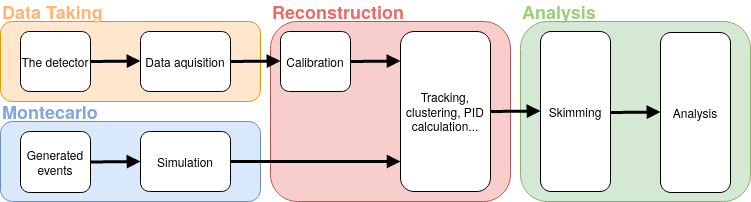
The draw.io diagram online_book/fundamentals/grand_scheme_of_hep.png in belle2/basf2, before a commit. Source tidied: cells renumbered, new cells last; positions are measured from the earlier drawing's top-left corner, leaving out a move shared by most shapes. Its diagram source:
```xml
<mxGraphModel>
  <root>
    <mxCell id="0" />
    <mxCell id="1" parent="0" />
    <mxCell id="2" style="rounded=1;whiteSpace=wrap;html=1;fillColor=#d5e8d4;strokeColor=#82b366;" parent="1" vertex="1">
      <mxGeometry x="520" y="20" width="230" height="180" as="geometry" />
    </mxCell>
    <mxCell id="3" style="rounded=1;whiteSpace=wrap;html=1;fillColor=#f8cecc;strokeColor=#b85450;" parent="1" vertex="1">
      <mxGeometry x="270" y="20" width="240" height="180" as="geometry" />
    </mxCell>
    <mxCell id="4" style="rounded=1;whiteSpace=wrap;html=1;fillColor=#dae8fc;strokeColor=#6c8ebf;" parent="1" vertex="1">
      <mxGeometry y="120" width="260" height="80" as="geometry" />
    </mxCell>
    <mxCell id="5" style="rounded=1;whiteSpace=wrap;html=1;fillColor=#ffe6cc;strokeColor=#d79b00;" parent="1" vertex="1">
      <mxGeometry y="20" width="260" height="80" as="geometry" />
    </mxCell>
    <mxCell id="6" value="The detector" style="rounded=1;whiteSpace=wrap;html=1;" parent="1" vertex="1">
      <mxGeometry x="20" y="30" width="70" height="60" as="geometry" />
    </mxCell>
    <mxCell id="7" value="&lt;div&gt;Generated &lt;br&gt;&lt;/div&gt;&lt;div&gt;events&lt;/div&gt;" style="rounded=1;whiteSpace=wrap;html=1;" parent="1" vertex="1">
      <mxGeometry x="20" y="130" width="70" height="61" as="geometry" />
    </mxCell>
    <mxCell id="8" value="Data aquisition" style="rounded=1;whiteSpace=wrap;html=1;" parent="1" vertex="1">
      <mxGeometry x="140" y="30" width="90" height="60" as="geometry" />
    </mxCell>
    <mxCell id="9" value="Simulation" style="rounded=1;whiteSpace=wrap;html=1;" parent="1" vertex="1">
      <mxGeometry x="140" y="130" width="90" height="60" as="geometry" />
    </mxCell>
    <mxCell id="10" value="Calibration" style="rounded=1;whiteSpace=wrap;html=1;" parent="1" vertex="1">
      <mxGeometry x="280" y="30" width="70" height="60" as="geometry" />
    </mxCell>
    <mxCell id="11" value="Tracking, clustering, PID calculation..." style="rounded=1;whiteSpace=wrap;html=1;" parent="1" vertex="1">
      <mxGeometry x="400" y="30" width="90" height="160" as="geometry" />
    </mxCell>
    <mxCell id="12" value="Analysis" style="rounded=1;whiteSpace=wrap;html=1;" parent="1" vertex="1">
      <mxGeometry x="660" y="31" width="70" height="160" as="geometry" />
    </mxCell>
    <mxCell id="13" value="Skimming" style="rounded=1;whiteSpace=wrap;html=1;" parent="1" vertex="1">
      <mxGeometry x="540" y="30" width="70" height="160" as="geometry" />
    </mxCell>
    <mxCell id="14" style="endArrow=block;html=1;endFill=1;strokeWidth=3;rounded=1;exitX=1;exitY=0.5;exitDx=0;exitDy=0;entryX=0;entryY=0.5;entryDx=0;entryDy=0;" parent="1" edge="1" source="7" target="9">
      <mxGeometry relative="1" as="geometry" />
    </mxCell>
    <mxCell id="15" style="endArrow=block;html=1;endFill=1;strokeWidth=3;rounded=1;exitX=1;exitY=0.5;exitDx=0;exitDy=0;entryX=0;entryY=0.5;entryDx=0;entryDy=0;" parent="1" edge="1">
      <mxGeometry relative="1" as="geometry">
        <mxPoint x="90" y="60" as="sourcePoint" />
        <mxPoint x="140" y="59.5" as="targetPoint" />
      </mxGeometry>
    </mxCell>
    <mxCell id="16" style="endArrow=block;html=1;endFill=1;strokeWidth=3;rounded=1;exitX=1;exitY=0.5;exitDx=0;exitDy=0;entryX=0;entryY=0.5;entryDx=0;entryDy=0;" parent="1" edge="1">
      <mxGeometry relative="1" as="geometry">
        <mxPoint x="230" y="60" as="sourcePoint" />
        <mxPoint x="280" y="59.5" as="targetPoint" />
      </mxGeometry>
    </mxCell>
    <mxCell id="17" style="endArrow=block;html=1;endFill=1;strokeWidth=3;rounded=1;exitX=1;exitY=0.5;exitDx=0;exitDy=0;" parent="1" edge="1">
      <mxGeometry relative="1" as="geometry">
        <mxPoint x="230" y="160" as="sourcePoint" />
        <mxPoint x="400" y="160" as="targetPoint" />
      </mxGeometry>
    </mxCell>
    <mxCell id="18" style="endArrow=block;html=1;endFill=1;strokeWidth=3;rounded=1;exitX=1;exitY=0.5;exitDx=0;exitDy=0;entryX=0;entryY=0.5;entryDx=0;entryDy=0;" parent="1" edge="1">
      <mxGeometry relative="1" as="geometry">
        <mxPoint x="350" y="60" as="sourcePoint" />
        <mxPoint x="400" y="59.5" as="targetPoint" />
      </mxGeometry>
    </mxCell>
    <mxCell id="19" style="endArrow=block;html=1;endFill=1;strokeWidth=3;rounded=1;exitX=1;exitY=0.5;exitDx=0;exitDy=0;entryX=0;entryY=0.5;entryDx=0;entryDy=0;" parent="1" edge="1">
      <mxGeometry relative="1" as="geometry">
        <mxPoint x="490" y="110" as="sourcePoint" />
        <mxPoint x="540" y="109.5" as="targetPoint" />
      </mxGeometry>
    </mxCell>
    <mxCell id="20" style="endArrow=block;html=1;endFill=1;strokeWidth=3;rounded=1;exitX=1;exitY=0.5;exitDx=0;exitDy=0;entryX=0;entryY=0.5;entryDx=0;entryDy=0;" parent="1" edge="1">
      <mxGeometry relative="1" as="geometry">
        <mxPoint x="610" y="111" as="sourcePoint" />
        <mxPoint x="660" y="110.5" as="targetPoint" />
      </mxGeometry>
    </mxCell>
    <mxCell id="21" value="&lt;font style=&quot;font-size: 18px;&quot; color=&quot;#FFB570&quot;&gt;Data Taking&lt;/font&gt;" style="text;html=1;strokeColor=none;fillColor=none;align=left;verticalAlign=middle;whiteSpace=wrap;rounded=0;fontSize=18;fontStyle=1;" parent="1" vertex="1">
      <mxGeometry width="130" height="20" as="geometry" />
    </mxCell>
    <mxCell id="22" value="&lt;font color=&quot;#7EA6E0&quot;&gt;Montecarlo&lt;/font&gt;" style="text;html=1;strokeColor=none;fillColor=none;align=left;verticalAlign=middle;whiteSpace=wrap;rounded=0;fontSize=18;fontStyle=1;" parent="1" vertex="1">
      <mxGeometry y="100" width="130" height="20" as="geometry" />
    </mxCell>
    <mxCell id="23" value="&lt;font color=&quot;#EA6B66&quot;&gt;Reconstruction&lt;/font&gt;" style="text;html=1;strokeColor=none;fillColor=none;align=left;verticalAlign=middle;whiteSpace=wrap;rounded=0;fontSize=18;fontStyle=1;" parent="1" vertex="1">
      <mxGeometry x="270" width="130" height="20" as="geometry" />
    </mxCell>
    <mxCell id="24" value="&lt;font color=&quot;#97D077&quot;&gt;Analysis&lt;/font&gt;" style="text;html=1;strokeColor=none;fillColor=none;align=left;verticalAlign=middle;whiteSpace=wrap;rounded=0;fontSize=18;fontStyle=1;" parent="1" vertex="1">
      <mxGeometry x="520" width="130" height="20" as="geometry" />
    </mxCell>
  </root>
</mxGraphModel>
```
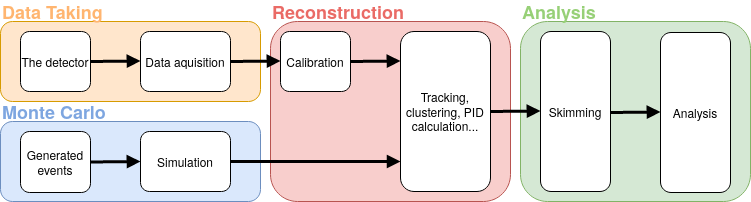
After the commit.

The edit, as a diff of the source:
```diff
@@ -80,7 +80,7 @@
     <mxCell id="21" value="&lt;font style=&quot;font-size: 18px;&quot; color=&quot;#FFB570&quot;&gt;Data Taking&lt;/font&gt;" style="text;html=1;strokeColor=none;fillColor=none;align=left;verticalAlign=middle;whiteSpace=wrap;rounded=0;fontSize=18;fontStyle=1;" parent="1" vertex="1">
       <mxGeometry width="130" height="20" as="geometry" />
     </mxCell>
-    <mxCell id="22" value="&lt;font color=&quot;#7EA6E0&quot;&gt;Montecarlo&lt;/font&gt;" style="text;html=1;strokeColor=none;fillColor=none;align=left;verticalAlign=middle;whiteSpace=wrap;rounded=0;fontSize=18;fontStyle=1;" parent="1" vertex="1">
+    <mxCell id="22" value="&lt;font color=&quot;#7EA6E0&quot;&gt;Monte Carlo&lt;/font&gt;" style="text;html=1;strokeColor=none;fillColor=none;align=left;verticalAlign=middle;whiteSpace=wrap;rounded=0;fontSize=18;fontStyle=1;" parent="1" vertex="1">
       <mxGeometry y="100" width="130" height="20" as="geometry" />
     </mxCell>
     <mxCell id="23" value="&lt;font color=&quot;#EA6B66&quot;&gt;Reconstruction&lt;/font&gt;" style="text;html=1;strokeColor=none;fillColor=none;align=left;verticalAlign=middle;whiteSpace=wrap;rounded=0;fontSize=18;fontStyle=1;" parent="1" vertex="1">
```
